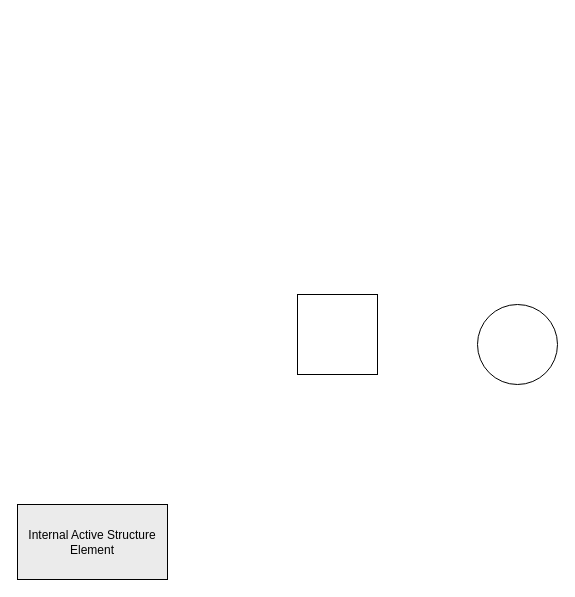
Above: 未命名绘图.drawio in somethingfornoting/drow.io (draw.io), before the change. Source tidied: cells renumbered, new cells numbered last; positions are measured from the earlier drawing's top-left corner, leaving out a move shared by most shapes. Both pictures are drawn from the tidied source at 100%, with x=0, y=0 at pixel (17, 294).
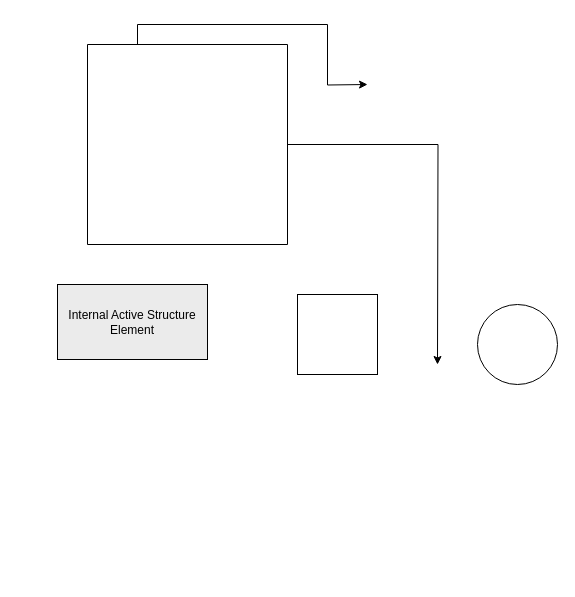
Above is the later version.

Commit message (it also covers changes not shown here):
更新未命名绘图.drawio

Diff of the diagram source:
```diff
@@
 <mxGraphModel>
   <root>
     <mxCell id="0" />
     <mxCell id="1" parent="0" />
     <mxCell id="2" style="whiteSpace=wrap;html=1;" parent="1" vertex="1">
       <mxGeometry x="280" width="80" height="80" as="geometry" />
     </mxCell>
     <mxCell id="3" style="ellipse;whiteSpace=wrap;html=1;" parent="1" vertex="1">
       <mxGeometry x="460" y="10" width="80" height="80" as="geometry" />
     </mxCell>
     <mxCell id="4" value="Internal Active Structure Element" style="html=1;whiteSpace=wrap;fillColor=#EBEBEB;shape=mxgraph.archimate3.application;appType=generic;archiType=square;" parent="1" vertex="1">
-      <mxGeometry y="210" width="150" height="75" as="geometry" />
+      <mxGeometry x="40" y="-10" width="150" height="75" as="geometry" />
     </mxCell>
+    <mxCell id="5" style="edgeStyle=orthogonalEdgeStyle;rounded=0;jettySize=auto;html=1;exitX=0.25;exitY=0;exitDx=0;exitDy=0;" parent="1" edge="1" source="7">
+      <mxGeometry relative="1" as="geometry">
+        <mxPoint x="350" y="-210" as="targetPoint" />
+      </mxGeometry>
+    </mxCell>
+    <mxCell id="6" style="edgeStyle=orthogonalEdgeStyle;rounded=0;jettySize=auto;html=1;" parent="1" edge="1" source="7">
+      <mxGeometry relative="1" as="geometry">
+        <mxPoint x="420" y="70" as="targetPoint" />
+      </mxGeometry>
+    </mxCell>
+    <mxCell id="7" style="swimlane;startSize=0;" parent="1" vertex="1">
+      <mxGeometry x="70" y="-250" width="200" height="200" as="geometry" />
+    </mxCell>
   </root>
 </mxGraphModel>
```
